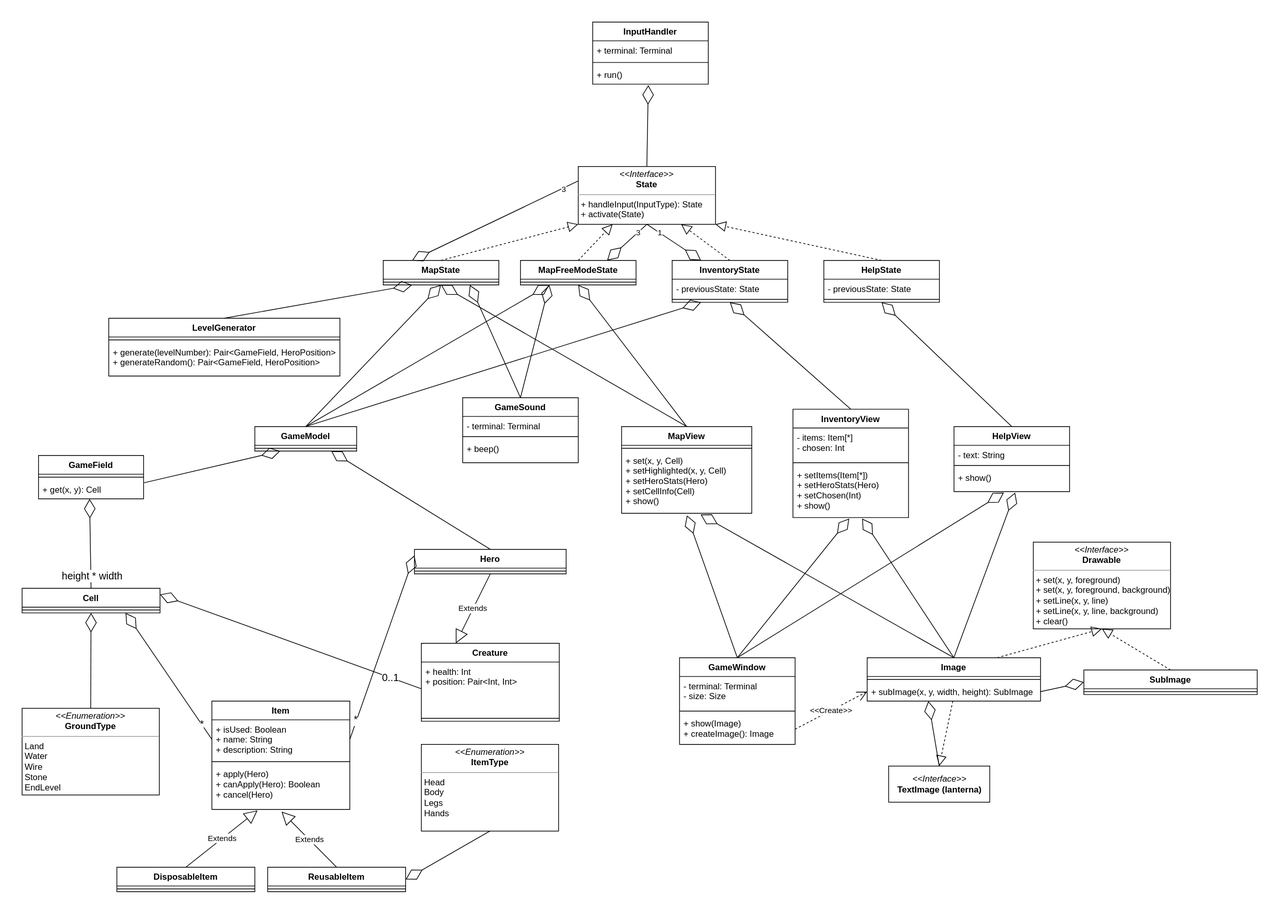
Before: images/classes.svg, a diagram exported from draw.io (KaperD/HSE-SD-Course-Roguelike). Source tidied: cells renumbered, new cells last; positions are measured from the earlier drawing's top-left corner, leaving out a move shared by most shapes.
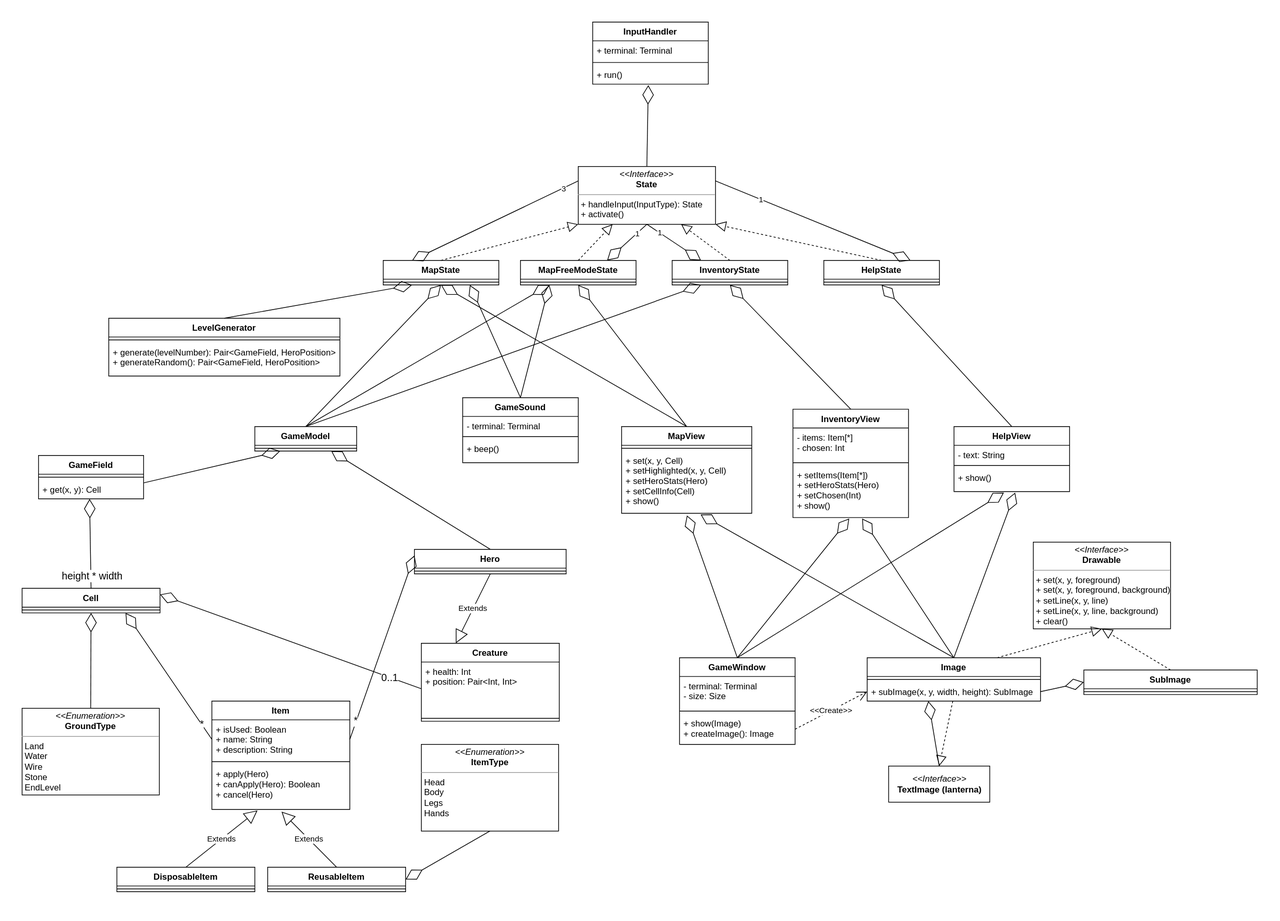
The same diagram one commit later.

Commit message:
Remove memorizing prev state

What changed in the source:
```diff
@@ -107,7 +107,7 @@
     <mxCell id="36" value="+ get(x, y): Cell" style="text;strokeColor=none;fillColor=none;align=left;verticalAlign=top;spacingLeft=4;spacingRight=4;overflow=hidden;points=[[0,0.5],[1,0.5]];portConstraint=eastwest;" parent="34" vertex="1">
       <mxGeometry y="34" width="145.5" height="26" as="geometry" />
     </mxCell>
-    <mxCell id="37" value="&lt;p style=&quot;margin: 0px ; margin-top: 4px ; text-align: center&quot;&gt;&lt;i&gt;&amp;lt;&amp;lt;Interface&amp;gt;&amp;gt;&lt;/i&gt;&lt;br&gt;&lt;b&gt;State&lt;/b&gt;&lt;/p&gt;&lt;hr size=&quot;1&quot;&gt;&lt;p style=&quot;margin: 0px ; margin-left: 4px&quot;&gt;+ handleInput(InputType): State&lt;br&gt;&lt;/p&gt;&lt;p style=&quot;margin: 0px ; margin-left: 4px&quot;&gt;+ activate(State)&lt;/p&gt;" style="verticalAlign=top;align=left;overflow=fill;fontSize=12;fontFamily=Helvetica;html=1;" parent="1" vertex="1">
+    <mxCell id="37" value="&lt;p style=&quot;margin: 0px ; margin-top: 4px ; text-align: center&quot;&gt;&lt;i&gt;&amp;lt;&amp;lt;Interface&amp;gt;&amp;gt;&lt;/i&gt;&lt;br&gt;&lt;b&gt;State&lt;/b&gt;&lt;/p&gt;&lt;hr size=&quot;1&quot;&gt;&lt;p style=&quot;margin: 0px ; margin-left: 4px&quot;&gt;+ handleInput(InputType): State&lt;br&gt;&lt;/p&gt;&lt;p style=&quot;margin: 0px ; margin-left: 4px&quot;&gt;+ activate()&lt;/p&gt;" style="verticalAlign=top;align=left;overflow=fill;fontSize=12;fontFamily=Helvetica;html=1;" parent="1" vertex="1">
       <mxGeometry x="770" y="200" width="190" height="80" as="geometry" />
     </mxCell>
     <mxCell id="38" style="endArrow=diamondThin;endFill=0;endSize=24;html=1;rounded=0;exitX=0.5;exitY=0;exitDx=0;exitDy=0;entryX=0.481;entryY=1.051;entryDx=0;entryDy=0;entryPerimeter=0;" parent="1" edge="1" source="37" target="5">
@@ -251,22 +251,16 @@
       <mxGeometry relative="1" as="geometry" />
     </mxCell>
     <mxCell id="84" value="HelpState" style="swimlane;fontStyle=1;align=center;verticalAlign=top;horizontal=1;startSize=26;" parent="1" vertex="1">
-      <mxGeometry x="1110" y="330" width="160" height="58" as="geometry" />
+      <mxGeometry x="1110" y="330" width="160" height="34" as="geometry" />
     </mxCell>
-    <mxCell id="85" value="- previousState: State" style="text;strokeColor=none;fillColor=none;align=left;verticalAlign=top;spacingLeft=4;spacingRight=4;overflow=hidden;" parent="84" vertex="1">
-      <mxGeometry y="26" width="160" height="24" as="geometry" />
-    </mxCell>
     <mxCell id="86" style="line;strokeWidth=1;fillColor=none;align=left;verticalAlign=middle;spacingTop=-1;spacingLeft=3;spacingRight=3;labelPosition=right;" parent="84" vertex="1">
-      <mxGeometry y="50" width="160" height="8" as="geometry" />
+      <mxGeometry y="26" width="160" height="8" as="geometry" />
     </mxCell>
     <mxCell id="87" value="InventoryState" style="swimlane;fontStyle=1;align=center;verticalAlign=top;horizontal=1;startSize=26;" parent="1" vertex="1">
-      <mxGeometry x="900" y="330" width="160" height="58" as="geometry" />
+      <mxGeometry x="900" y="330" width="160" height="34" as="geometry" />
     </mxCell>
-    <mxCell id="88" value="- previousState: State" style="text;strokeColor=none;fillColor=none;align=left;verticalAlign=top;spacingLeft=4;spacingRight=4;overflow=hidden;" parent="87" vertex="1">
-      <mxGeometry y="26" width="160" height="24" as="geometry" />
-    </mxCell>
     <mxCell id="89" style="line;strokeWidth=1;fillColor=none;align=left;verticalAlign=middle;spacingTop=-1;spacingLeft=3;spacingRight=3;labelPosition=right;" parent="87" vertex="1">
-      <mxGeometry y="50" width="160" height="8" as="geometry" />
+      <mxGeometry y="26" width="160" height="8" as="geometry" />
     </mxCell>
     <mxCell id="90" style="endArrow=diamondThin;endFill=0;endSize=24;html=1;rounded=0;fontSize=14;entryX=0.25;entryY=0;entryDx=0;entryDy=0;exitX=0;exitY=0.25;exitDx=0;exitDy=0;" parent="1" edge="1" source="37" target="6">
       <mxGeometry relative="1" as="geometry" />
@@ -279,7 +273,7 @@
     <mxCell id="92" style="endArrow=diamondThin;endFill=0;endSize=24;html=1;rounded=0;fontSize=14;entryX=0.75;entryY=0;entryDx=0;entryDy=0;exitX=0.5;exitY=1;exitDx=0;exitDy=0;" parent="1" edge="1" source="37" target="8">
       <mxGeometry relative="1" as="geometry" />
     </mxCell>
-    <mxCell id="93" value="3" style="edgeLabel;html=1;align=center;verticalAlign=middle;" parent="92" vertex="1">
+    <mxCell id="93" value="1" style="edgeLabel;html=1;align=center;verticalAlign=middle;" parent="92" vertex="1">
       <mxGeometry x="-0.53" relative="1" as="geometry" />
     </mxCell>
     <mxCell id="94" style="endArrow=diamondThin;endFill=0;endSize=24;html=1;rounded=0;fontSize=14;entryX=0.25;entryY=0;entryDx=0;entryDy=0;exitX=0.5;exitY=1;exitDx=0;exitDy=0;" parent="1" edge="1" source="37" target="87">
@@ -348,5 +342,11 @@
     <mxCell id="115" style="endArrow=diamondThin;endFill=0;endSize=24;html=1;rounded=0;fontSize=14;entryX=0;entryY=0.5;entryDx=0;entryDy=0;exitX=1;exitY=0.5;exitDx=0;exitDy=0;" parent="1" edge="1" source="23" target="112">
       <mxGeometry relative="1" as="geometry" />
     </mxCell>
+    <mxCell id="116" style="endArrow=diamondThin;endFill=0;endSize=24;html=1;rounded=0;fontSize=14;entryX=0.75;entryY=0;entryDx=0;entryDy=0;exitX=1;exitY=0.25;exitDx=0;exitDy=0;" parent="1" edge="1" source="37" target="84">
+      <mxGeometry relative="1" as="geometry" />
+    </mxCell>
+    <mxCell id="117" value="1" style="edgeLabel;html=1;align=center;verticalAlign=middle;" parent="116" vertex="1">
+      <mxGeometry x="-0.53" relative="1" as="geometry" />
+    </mxCell>
   </root>
 </mxGraphModel>
```
